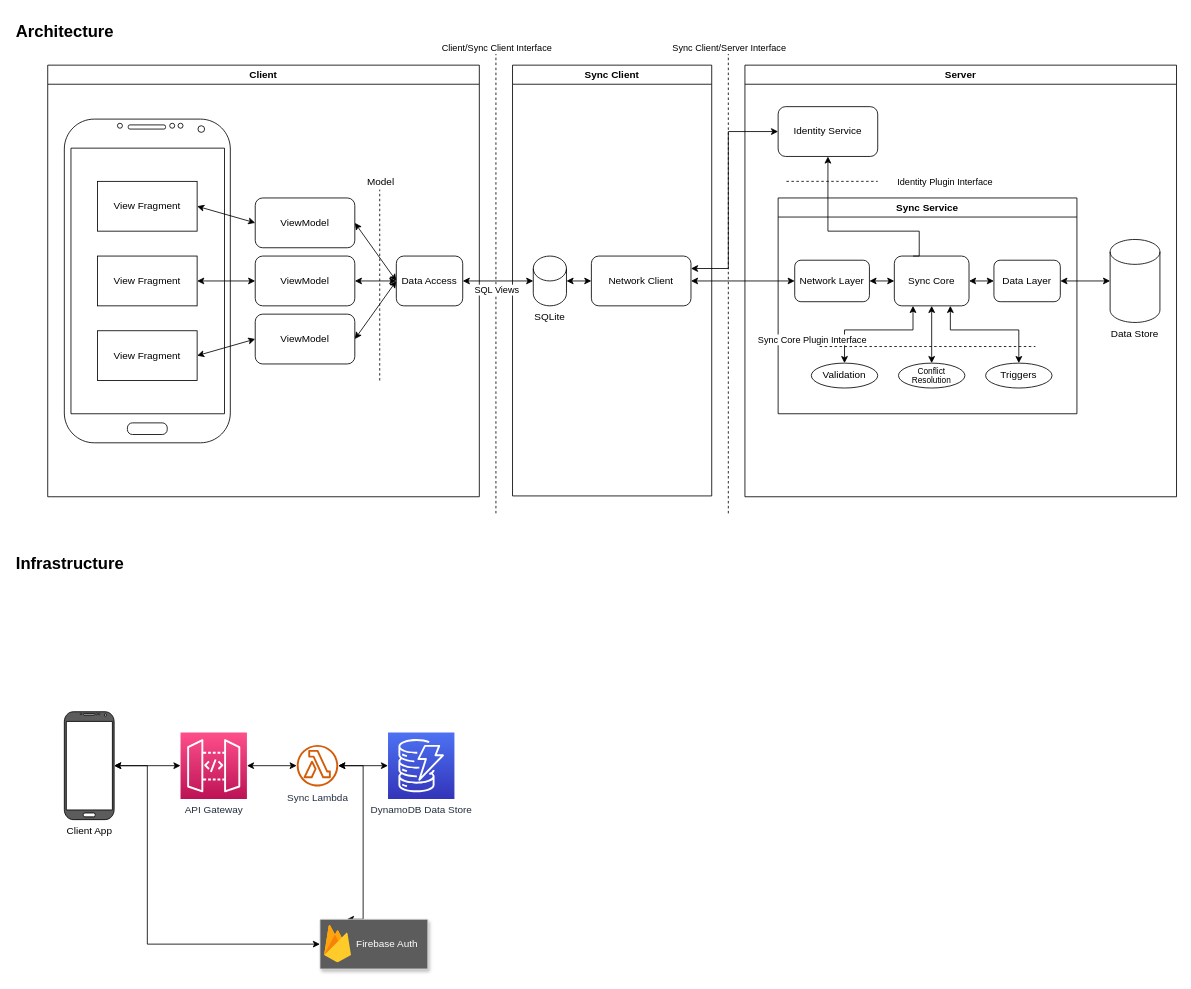
This is docs/working-architecture.drawio from andrew-pa/unisync, a draw.io file, before an edit. Source tidied: cells renumbered, new cells numbered last; positions are measured from the earlier drawing's top-left corner, leaving out a move shared by most shapes. Both pictures are drawn from the tidied source at 83%, with x=0, y=0 at pixel (14, 14). Pictures stored in the file or linked from it are replaced by grey dashed boxes.
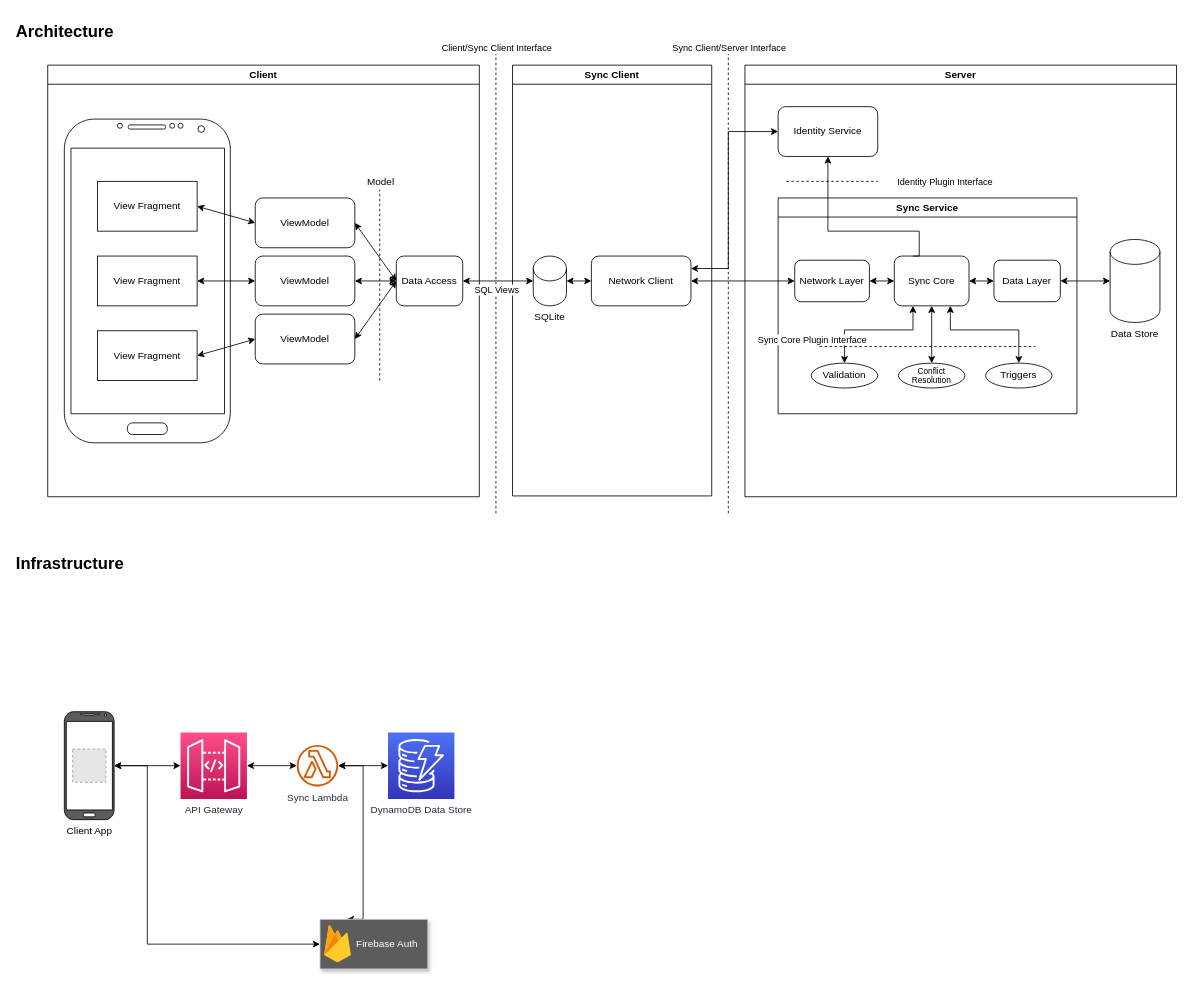
The same diagram, later.

Commit message:
little doodle of android

Diff of the diagram source:
```diff
@@
+    <mxCell id="65" style="fillColor=#E6E6E6;strokeColor=#999999;dashed=1;verticalLabelPosition=bottom;labelBackgroundColor=default;verticalAlign=top;" parent="1" vertex="1">
+      <mxGeometry x="70" y="885" width="40" height="40" as="geometry" />
+    </mxCell>
```
